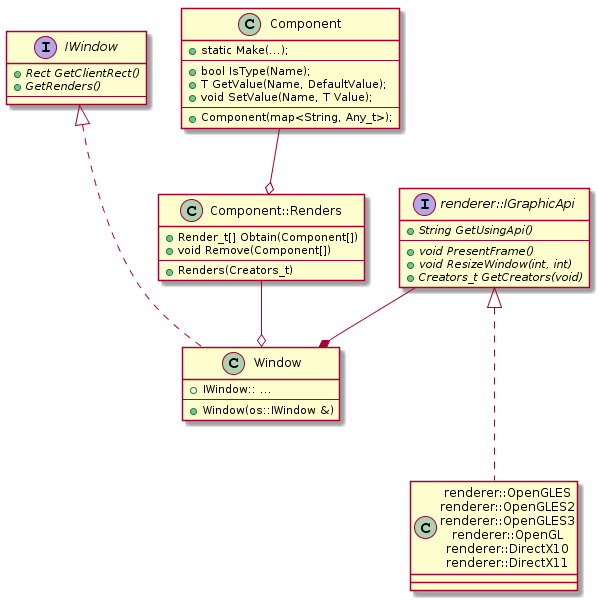
The PlantUML diagram Covellitepp/Classes.png in Unicornum/Unicornum.github.io, before a commit.
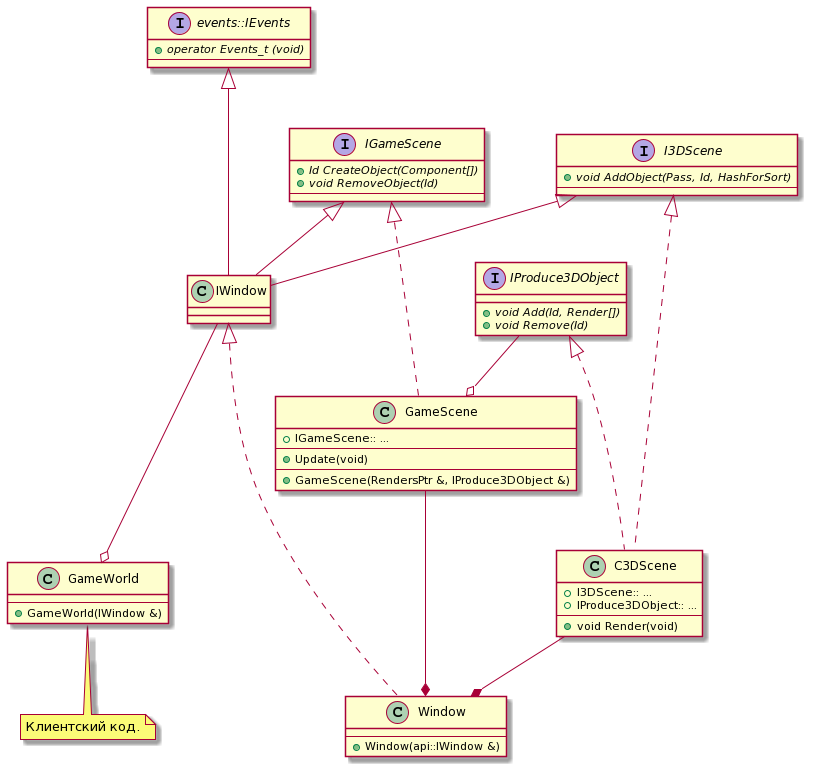
Later version of the same file.

What changed in the source:
```diff
@@ -1,51 +1,74 @@
 @startuml
-interface IWindow
+note "Клиентский код." as NoteClientCode
+
+interface IEvents as "events::IEvents"
 {
-  {abstract} + Rect GetClientRect()
-  {abstract} + GetRenders()
+  {abstract} + operator Events_t (void)
   ---
 }
 
+IEvents <|--- IWindow
+IGameScene <|-- IWindow
+I3DScene <|-- IWindow
+
 class Window
 {
-  + IWindow:: ...
   ---
-  + Window(os::IWindow &)
+  + Window(api::IWindow &)
 }
 
-IWindow <|-.- Window
+IWindow <|-.-- Window
 
-interface IGraphicApi as "renderer::IGraphicApi"
+interface IGameScene
 {
-  {abstract} + String GetUsingApi()
+  {abstract} + Id CreateObject(Component[])
+  {abstract} + void RemoveObject(Id)
   ---
-  {abstract} + void PresentFrame()
-  {abstract} + void ResizeWindow(int, int)
-  {abstract} + Creators_t GetCreators(void)
 }
 
-IGraphicApi --* Window
-IGraphicApi <|-.- "renderer::OpenGLES\nrenderer::OpenGLES2\nrenderer::OpenGLES3\nrenderer::OpenGL\nrenderer::DirectX10\nrenderer::DirectX11"
-
-class Component
+class GameScene
 {
-  + static Make(...);
+  + IGameScene:: ...
   ---
-  + bool IsType(Name);
-  + T GetValue(Name, DefaultValue);
-  + void SetValue(Name, T Value);
+  + Update(void)
   ---
-  + Component(map<String, Any_t>);
+  + GameScene(RendersPtr &, IProduce3DObject &)
 }
 
-class Renders as "Component::Renders"
+IGameScene <|-.- GameScene
+GameScene --* Window
+IProduce3DObject --o GameScene
+
+interface IProduce3DObject
 {
-  + Render_t[] Obtain(Component[])
-  + void Remove(Component[])
-  ---
-  + Renders(Creators_t)
+  {abstract} + void Add(Id, Render[])
+  {abstract} + void Remove(Id)
 }
 
-Renders --o Window
-Component --o Renders
+interface I3DScene
+{
+  {abstract} + void AddObject(Pass, Id, HashForSort)
+  ---
+}
+
+class C3DScene
+{
+  + I3DScene:: ...
+  + IProduce3DObject:: ...
+  ---
+  + void Render(void)
+}
+
+IProduce3DObject <|-.- C3DScene
+I3DScene <|-.- C3DScene
+C3DScene --* Window
+
+class GameWorld
+{
+  ---
+  + GameWorld(IWindow &)
+}
+
+IWindow ---o GameWorld
+GameWorld -down- NoteClientCode
 @enduml
```
